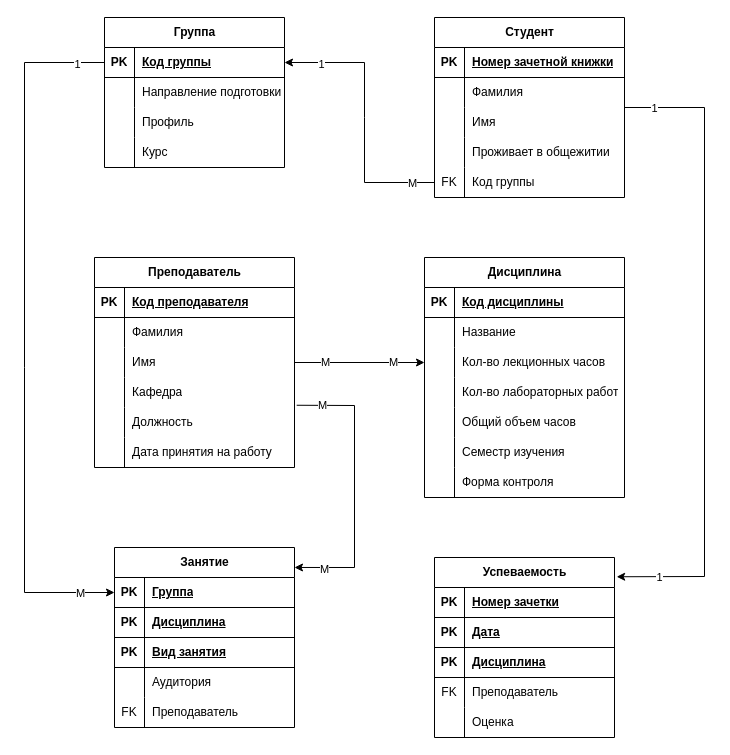
TOKYOGATSBY/Algorithms-and-data-structures keeps this draw.io diagram as BDLab3.drawio. Above is the earlier version. Source tidied: cells renumbered, new cells numbered last; positions are measured from the earlier drawing's top-left corner, leaving out a move shared by most shapes. Both pictures are drawn from the tidied source at 100%, with x=0, y=0 at pixel (24, 17).
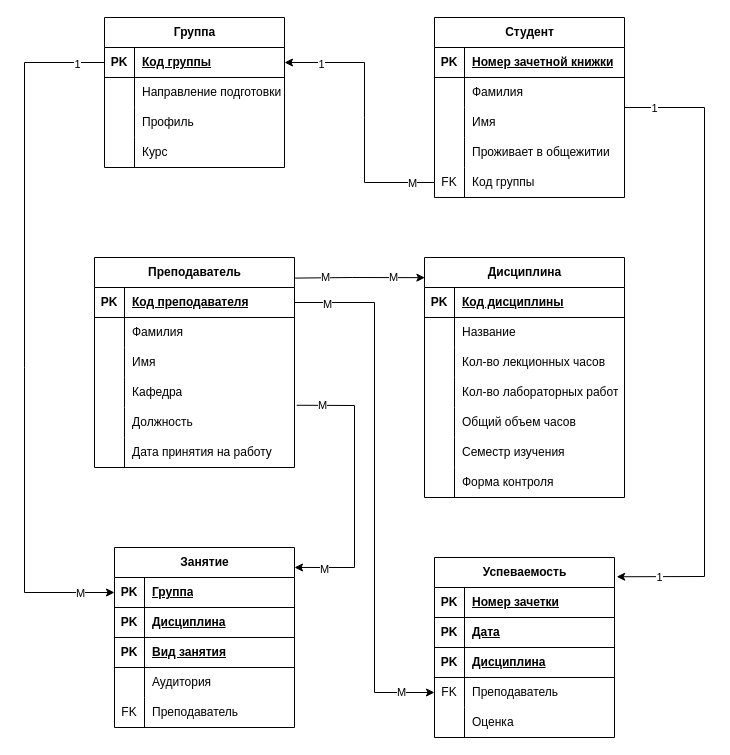
Above is the later version.

Unchanged cells that the change refers to:
```xml
<mxCell id="40" value="Преподаватель" style="shape=table;startSize=30;childLayout=tableLayout;rowLines=0;fontStyle=1;align=center;html=1;" parent="1" vertex="1">
  <mxGeometry x="70" y="240" width="200" height="210" as="geometry" />
</mxCell>
<mxCell id="41" style="shape=tableRow;horizontal=0;startSize=0;swimlaneHead=0;swimlaneBody=0;fillColor=none;points=[[0,0.5],[1,0.5]];portConstraint=eastwest;top=0;left=0;right=0;bottom=1;" parent="40" vertex="1">
  <mxGeometry y="30" width="200" height="30" as="geometry" />
</mxCell>
<mxCell id="59" value="Дисциплина" style="shape=table;startSize=30;childLayout=tableLayout;rowLines=0;fontStyle=1;align=center;html=1;" parent="1" vertex="1">
  <mxGeometry x="400" y="240" width="200" height="240" as="geometry" />
</mxCell>
<mxCell id="66" style="shape=tableRow;horizontal=0;startSize=0;swimlaneHead=0;swimlaneBody=0;fillColor=none;points=[[0,0.5],[1,0.5]];portConstraint=eastwest;top=0;left=0;right=0;bottom=0;" parent="59" vertex="1">
  <mxGeometry y="90" width="200" height="30" as="geometry" />
</mxCell>
<mxCell id="107" style="shape=tableRow;horizontal=0;startSize=0;swimlaneHead=0;swimlaneBody=0;fillColor=none;points=[[0,0.5],[1,0.5]];portConstraint=eastwest;top=0;left=0;right=0;bottom=0;" parent="97" vertex="1">
  <mxGeometry y="120" width="180" height="30" as="geometry" />
</mxCell>
```

The edit, as a diff of the source:
```diff
@@
-    <mxCell id="34" style="edgeStyle=none;rounded=0;jettySize=auto;html=1;entryX=0;entryY=0.5;entryDx=0;entryDy=0;" parent="1" edge="1" source="40" target="66">
-      <mxGeometry relative="1" as="geometry" />
+    <mxCell id="34" style="edgeStyle=none;rounded=0;jettySize=auto;html=1;entryX=0.002;entryY=0.084;entryDx=0;entryDy=0;exitX=1.013;exitY=0.098;exitDx=0;exitDy=0;exitPerimeter=0;entryPerimeter=0;" parent="1" edge="1" target="59">
+      <mxGeometry relative="1" as="geometry">
+        <mxPoint x="270.4" y="260.6" as="sourcePoint" />
+        <Array as="points">
+          <mxPoint x="327.8" y="260" />
+        </Array>
+      </mxGeometry>
     </mxCell>
@@
+    <mxCell id="119" style="edgeStyle=orthogonalEdgeStyle;rounded=0;jettySize=auto;html=1;entryX=0;entryY=0.5;entryDx=0;entryDy=0;" parent="1" edge="1" source="41" target="107">
+      <mxGeometry relative="1" as="geometry">
+        <Array as="points">
+          <mxPoint x="350" y="285" />
+          <mxPoint x="350" y="675" />
+        </Array>
+      </mxGeometry>
+    </mxCell>
+    <mxCell id="120" value="M" style="edgeLabel;html=1;align=center;verticalAlign=middle;" parent="119" vertex="1">
+      <mxGeometry x="-0.88" y="-1" relative="1" as="geometry" />
+    </mxCell>
+    <mxCell id="121" value="M" style="edgeLabel;html=1;align=center;verticalAlign=middle;" parent="119" vertex="1">
+      <mxGeometry x="0.87" y="1" relative="1" as="geometry" />
+    </mxCell>
```
